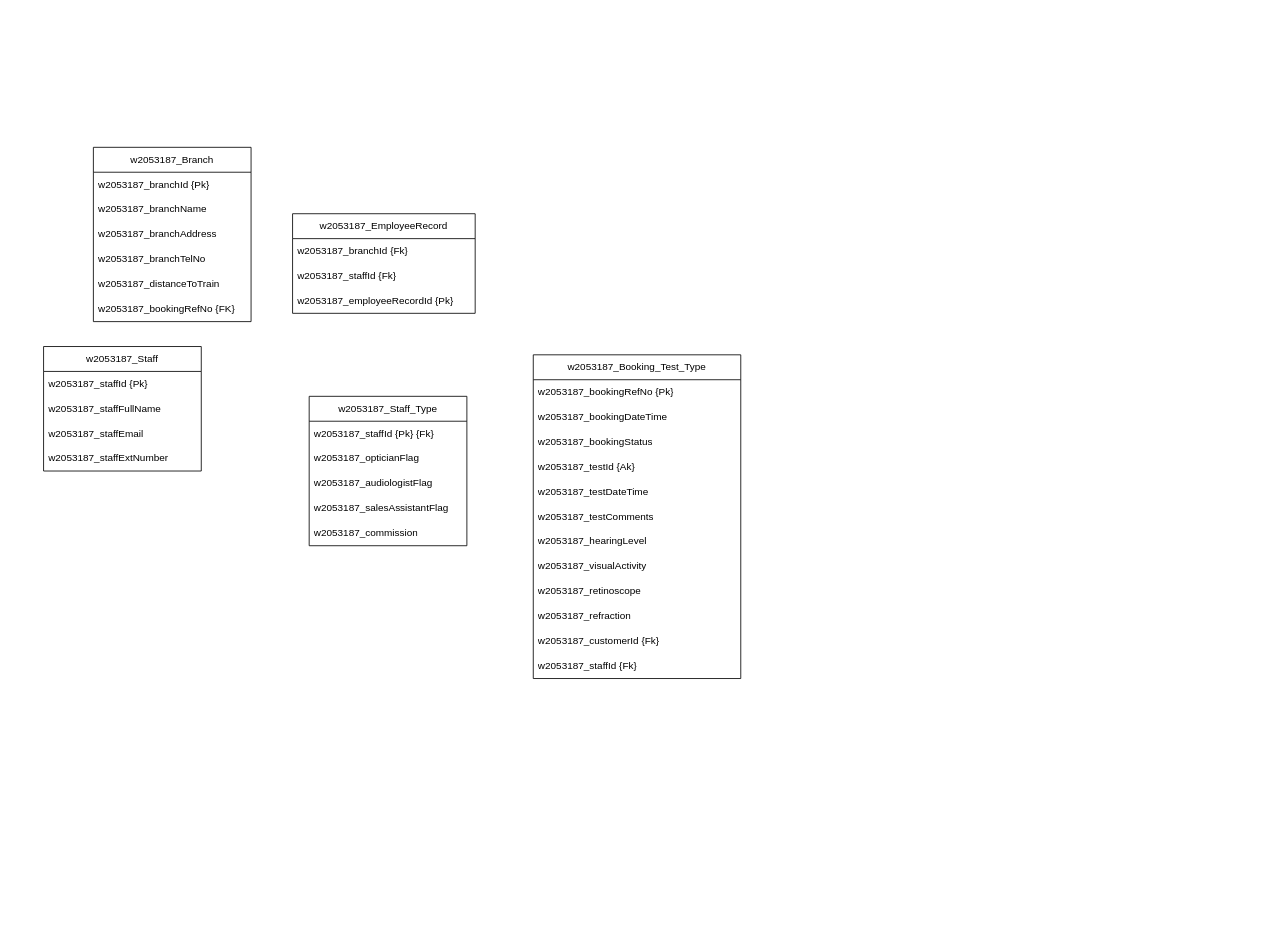
The draw.io diagram Part - II.drawio in ShenalSen/24_5COSC020_CWK, before the edit. Source tidied: cells renumbered, new cells numbered last; positions are measured from the earlier drawing's top-left corner, leaving out a move shared by most shapes. Both pictures are drawn from the tidied source at 83%, with x=0, y=0 at pixel (43, 147).
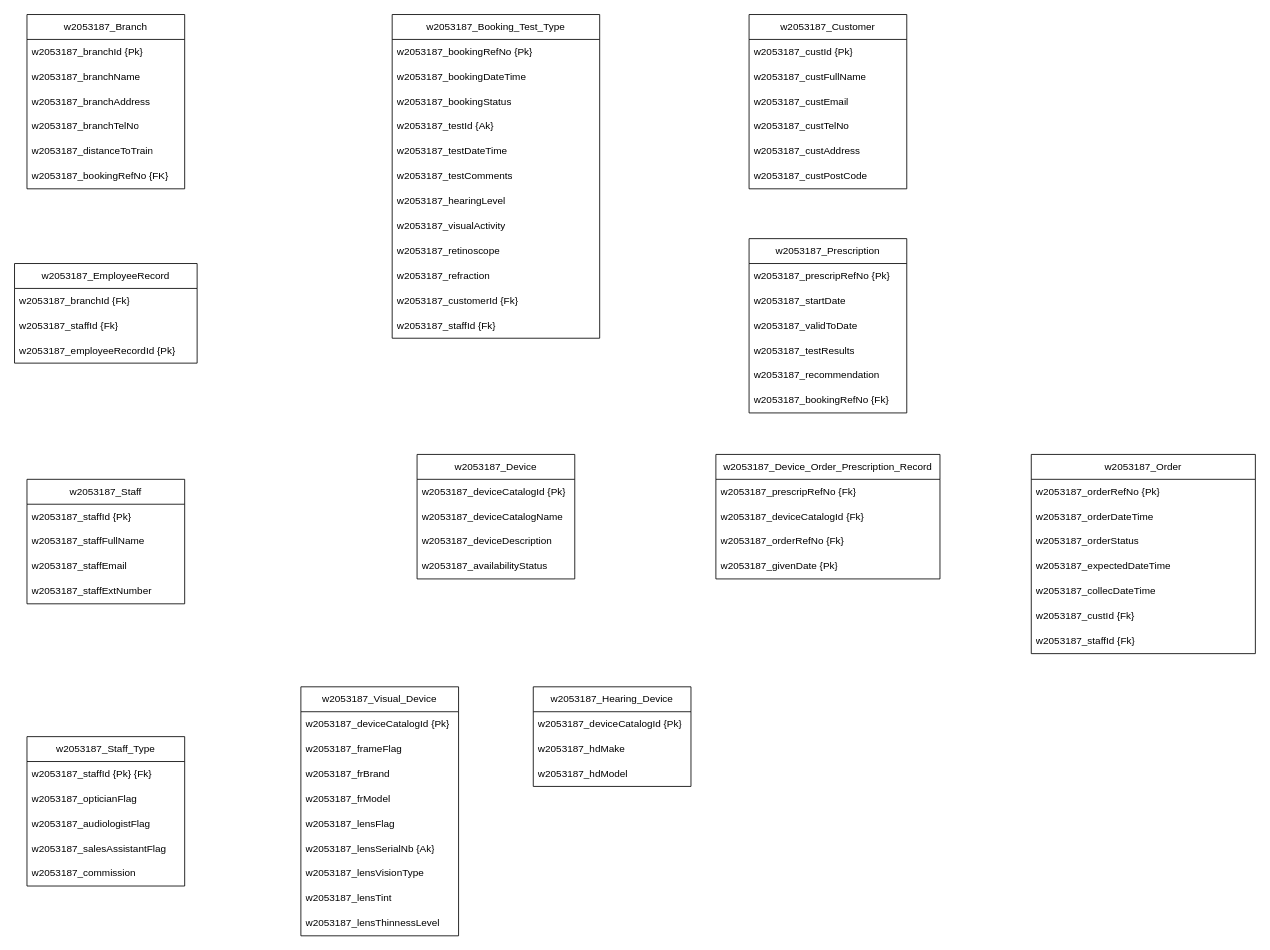
The same page after the edit.

The edit, as a diff of the source:
```diff
@@
     <mxCell id="2" value="w2053187_Branch" style="swimlane;fontStyle=0;horizontal=1;startSize=30;whiteSpace=wrap;html=1;" parent="1" vertex="1">
-      <mxGeometry x="60" width="190" height="210" as="geometry" />
+      <mxGeometry x="-20" y="-160" width="190" height="210" as="geometry" />
     </mxCell>
@@
     <mxCell id="9" value="w2053187_EmployeeRecord" style="swimlane;fontStyle=0;horizontal=1;startSize=30;whiteSpace=wrap;html=1;" parent="1" vertex="1">
-      <mxGeometry x="300" y="80" width="220" height="120" as="geometry" />
+      <mxGeometry x="-35" y="140" width="220" height="120" as="geometry" />
     </mxCell>
@@
     <mxCell id="13" value="w2053187_Staff" style="swimlane;fontStyle=0;horizontal=1;startSize=30;whiteSpace=wrap;html=1;" parent="1" vertex="1">
-      <mxGeometry y="240" width="190" height="150" as="geometry" />
+      <mxGeometry x="-20" y="400" width="190" height="150" as="geometry" />
     </mxCell>
@@
     <mxCell id="18" value="w2053187_Staff_Type" style="swimlane;fontStyle=0;horizontal=1;startSize=30;whiteSpace=wrap;html=1;" parent="1" vertex="1">
-      <mxGeometry x="320" y="300" width="190" height="180" as="geometry" />
+      <mxGeometry x="-20" y="710" width="190" height="180" as="geometry" />
     </mxCell>
@@
     <mxCell id="24" value="w2053187_Booking_Test_Type" style="swimlane;fontStyle=0;horizontal=1;startSize=30;whiteSpace=wrap;html=1;" parent="1" vertex="1">
-      <mxGeometry x="590" y="250" width="250" height="390" as="geometry" />
+      <mxGeometry x="420" y="-160" width="250" height="390" as="geometry" />
     </mxCell>
@@
+    <mxCell id="37" value="w2053187_Device" style="swimlane;fontStyle=0;horizontal=1;startSize=30;whiteSpace=wrap;html=1;" parent="1" vertex="1">
+      <mxGeometry x="450" y="370" width="190" height="150" as="geometry" />
+    </mxCell>
+    <mxCell id="38" value="w2053187_deviceCatalogId {Pk}" style="text;strokeColor=none;fillColor=none;align=left;verticalAlign=middle;spacingLeft=4;spacingRight=4;overflow=hidden;whiteSpace=wrap;html=1;" parent="37" vertex="1">
+      <mxGeometry y="30" width="190" height="30" as="geometry" />
+    </mxCell>
+    <mxCell id="39" value="w2053187_deviceCatalogName" style="text;strokeColor=none;fillColor=none;align=left;verticalAlign=middle;spacingLeft=4;spacingRight=4;overflow=hidden;whiteSpace=wrap;html=1;" parent="37" vertex="1">
+      <mxGeometry y="60" width="190" height="30" as="geometry" />
+    </mxCell>
+    <mxCell id="40" value="w2053187_deviceDescription" style="text;strokeColor=none;fillColor=none;align=left;verticalAlign=middle;spacingLeft=4;spacingRight=4;overflow=hidden;whiteSpace=wrap;html=1;" parent="37" vertex="1">
+      <mxGeometry y="90" width="190" height="30" as="geometry" />
+    </mxCell>
+    <mxCell id="41" value="w2053187_availabilityStatus" style="text;strokeColor=none;fillColor=none;align=left;verticalAlign=middle;spacingLeft=4;spacingRight=4;overflow=hidden;whiteSpace=wrap;html=1;" parent="37" vertex="1">
+      <mxGeometry y="120" width="190" height="30" as="geometry" />
+    </mxCell>
+    <mxCell id="42" value="w2053187_Visual_Device" style="swimlane;fontStyle=0;horizontal=1;startSize=30;whiteSpace=wrap;html=1;" parent="1" vertex="1">
+      <mxGeometry x="310" y="650" width="190" height="300" as="geometry" />
+    </mxCell>
+    <mxCell id="43" value="w2053187_deviceCatalogId {Pk}" style="text;strokeColor=none;fillColor=none;align=left;verticalAlign=middle;spacingLeft=4;spacingRight=4;overflow=hidden;whiteSpace=wrap;html=1;" parent="42" vertex="1">
+      <mxGeometry y="30" width="190" height="30" as="geometry" />
+    </mxCell>
+    <mxCell id="44" value="w2053187_frameFlag" style="text;strokeColor=none;fillColor=none;align=left;verticalAlign=middle;spacingLeft=4;spacingRight=4;overflow=hidden;whiteSpace=wrap;html=1;" parent="42" vertex="1">
+      <mxGeometry y="60" width="190" height="30" as="geometry" />
+    </mxCell>
+    <mxCell id="45" value="w2053187_frBrand" style="text;strokeColor=none;fillColor=none;align=left;verticalAlign=middle;spacingLeft=4;spacingRight=4;overflow=hidden;whiteSpace=wrap;html=1;" parent="42" vertex="1">
+      <mxGeometry y="90" width="190" height="30" as="geometry" />
+    </mxCell>
+    <mxCell id="46" value="w2053187_frModel" style="text;strokeColor=none;fillColor=none;align=left;verticalAlign=middle;spacingLeft=4;spacingRight=4;overflow=hidden;whiteSpace=wrap;html=1;" parent="42" vertex="1">
+      <mxGeometry y="120" width="190" height="30" as="geometry" />
+    </mxCell>
+    <mxCell id="47" value="w2053187_lensFlag" style="text;strokeColor=none;fillColor=none;align=left;verticalAlign=middle;spacingLeft=4;spacingRight=4;overflow=hidden;whiteSpace=wrap;html=1;" parent="42" vertex="1">
+      <mxGeometry y="150" width="190" height="30" as="geometry" />
+    </mxCell>
+    <mxCell id="48" value="w2053187_lensSerialNb {Ak}" style="text;strokeColor=none;fillColor=none;align=left;verticalAlign=middle;spacingLeft=4;spacingRight=4;overflow=hidden;whiteSpace=wrap;html=1;" parent="42" vertex="1">
+      <mxGeometry y="180" width="190" height="30" as="geometry" />
+    </mxCell>
+    <mxCell id="49" value="w2053187_lensVisionType" style="text;strokeColor=none;fillColor=none;align=left;verticalAlign=middle;spacingLeft=4;spacingRight=4;overflow=hidden;whiteSpace=wrap;html=1;" parent="42" vertex="1">
+      <mxGeometry y="210" width="190" height="30" as="geometry" />
+    </mxCell>
+    <mxCell id="50" value="w2053187_lensTint" style="text;strokeColor=none;fillColor=none;align=left;verticalAlign=middle;spacingLeft=4;spacingRight=4;overflow=hidden;whiteSpace=wrap;html=1;" parent="42" vertex="1">
+      <mxGeometry y="240" width="190" height="30" as="geometry" />
+    </mxCell>
+    <mxCell id="51" value="w2053187_lensThinnessLevel" style="text;strokeColor=none;fillColor=none;align=left;verticalAlign=middle;spacingLeft=4;spacingRight=4;overflow=hidden;whiteSpace=wrap;html=1;" parent="42" vertex="1">
+      <mxGeometry y="270" width="190" height="30" as="geometry" />
+    </mxCell>
+    <mxCell id="52" value="w2053187_Hearing_Device" style="swimlane;fontStyle=0;horizontal=1;startSize=30;whiteSpace=wrap;html=1;" parent="1" vertex="1">
+      <mxGeometry x="590" y="650" width="190" height="120" as="geometry" />
+    </mxCell>
+    <mxCell id="53" value="w2053187_deviceCatalogId {Pk}" style="text;strokeColor=none;fillColor=none;align=left;verticalAlign=middle;spacingLeft=4;spacingRight=4;overflow=hidden;whiteSpace=wrap;html=1;" parent="52" vertex="1">
+      <mxGeometry y="30" width="190" height="30" as="geometry" />
+    </mxCell>
+    <mxCell id="54" value="w2053187_hdMake" style="text;strokeColor=none;fillColor=none;align=left;verticalAlign=middle;spacingLeft=4;spacingRight=4;overflow=hidden;whiteSpace=wrap;html=1;" parent="52" vertex="1">
+      <mxGeometry y="60" width="190" height="30" as="geometry" />
+    </mxCell>
+    <mxCell id="55" value="w2053187_hdModel" style="text;strokeColor=none;fillColor=none;align=left;verticalAlign=middle;spacingLeft=4;spacingRight=4;overflow=hidden;whiteSpace=wrap;html=1;" parent="52" vertex="1">
+      <mxGeometry y="90" width="190" height="30" as="geometry" />
+    </mxCell>
+    <mxCell id="56" value="w2053187_Prescription" style="swimlane;fontStyle=0;horizontal=1;startSize=30;whiteSpace=wrap;html=1;" parent="1" vertex="1">
+      <mxGeometry x="850" y="110" width="190" height="210" as="geometry" />
+    </mxCell>
+    <mxCell id="57" value="w2053187_prescripRefNo {Pk}" style="text;strokeColor=none;fillColor=none;align=left;verticalAlign=middle;spacingLeft=4;spacingRight=4;overflow=hidden;whiteSpace=wrap;html=1;" parent="56" vertex="1">
+      <mxGeometry y="30" width="190" height="30" as="geometry" />
+    </mxCell>
+    <mxCell id="58" value="w2053187_startDate" style="text;strokeColor=none;fillColor=none;align=left;verticalAlign=middle;spacingLeft=4;spacingRight=4;overflow=hidden;whiteSpace=wrap;html=1;" parent="56" vertex="1">
+      <mxGeometry y="60" width="190" height="30" as="geometry" />
+    </mxCell>
+    <mxCell id="59" value="w2053187_validToDate" style="text;strokeColor=none;fillColor=none;align=left;verticalAlign=middle;spacingLeft=4;spacingRight=4;overflow=hidden;whiteSpace=wrap;html=1;" parent="56" vertex="1">
+      <mxGeometry y="90" width="190" height="30" as="geometry" />
+    </mxCell>
+    <mxCell id="60" value="w2053187_testResults" style="text;strokeColor=none;fillColor=none;align=left;verticalAlign=middle;spacingLeft=4;spacingRight=4;overflow=hidden;whiteSpace=wrap;html=1;" parent="56" vertex="1">
+      <mxGeometry y="120" width="190" height="30" as="geometry" />
+    </mxCell>
+    <mxCell id="61" value="w2053187_recommendation" style="text;strokeColor=none;fillColor=none;align=left;verticalAlign=middle;spacingLeft=4;spacingRight=4;overflow=hidden;whiteSpace=wrap;html=1;" parent="56" vertex="1">
+      <mxGeometry y="150" width="190" height="30" as="geometry" />
+    </mxCell>
+    <mxCell id="62" value="w2053187_bookingRefNo {Fk}" style="text;strokeColor=none;fillColor=none;align=left;verticalAlign=middle;spacingLeft=4;spacingRight=4;overflow=hidden;whiteSpace=wrap;html=1;" parent="56" vertex="1">
+      <mxGeometry y="180" width="190" height="30" as="geometry" />
+    </mxCell>
+    <mxCell id="63" value="w2053187_Device_Order_Prescription_Record" style="swimlane;fontStyle=0;horizontal=1;startSize=30;whiteSpace=wrap;html=1;" parent="1" vertex="1">
+      <mxGeometry x="810" y="370" width="270" height="150" as="geometry" />
+    </mxCell>
+    <mxCell id="64" value="w2053187_prescripRefNo {Fk}" style="text;strokeColor=none;fillColor=none;align=left;verticalAlign=middle;spacingLeft=4;spacingRight=4;overflow=hidden;whiteSpace=wrap;html=1;" parent="63" vertex="1">
+      <mxGeometry y="30" width="270" height="30" as="geometry" />
+    </mxCell>
+    <mxCell id="65" value="w2053187_deviceCatalogId {Fk}" style="text;strokeColor=none;fillColor=none;align=left;verticalAlign=middle;spacingLeft=4;spacingRight=4;overflow=hidden;whiteSpace=wrap;html=1;" parent="63" vertex="1">
+      <mxGeometry y="60" width="270" height="30" as="geometry" />
+    </mxCell>
+    <mxCell id="66" value="w2053187_orderRefNo {Fk}" style="text;strokeColor=none;fillColor=none;align=left;verticalAlign=middle;spacingLeft=4;spacingRight=4;overflow=hidden;whiteSpace=wrap;html=1;" parent="63" vertex="1">
+      <mxGeometry y="90" width="270" height="30" as="geometry" />
+    </mxCell>
+    <mxCell id="67" value="w2053187_givenDate {Pk}" style="text;strokeColor=none;fillColor=none;align=left;verticalAlign=middle;spacingLeft=4;spacingRight=4;overflow=hidden;whiteSpace=wrap;html=1;" parent="63" vertex="1">
+      <mxGeometry y="120" width="270" height="30" as="geometry" />
+    </mxCell>
+    <mxCell id="68" value="w2053187_Order" style="swimlane;fontStyle=0;horizontal=1;startSize=30;whiteSpace=wrap;html=1;" parent="1" vertex="1">
+      <mxGeometry x="1190" y="370" width="270" height="240" as="geometry" />
+    </mxCell>
+    <mxCell id="69" value="w2053187_orderRefNo {Pk}" style="text;strokeColor=none;fillColor=none;align=left;verticalAlign=middle;spacingLeft=4;spacingRight=4;overflow=hidden;whiteSpace=wrap;html=1;" parent="68" vertex="1">
+      <mxGeometry y="30" width="270" height="30" as="geometry" />
+    </mxCell>
+    <mxCell id="70" value="w2053187_orderDateTime" style="text;strokeColor=none;fillColor=none;align=left;verticalAlign=middle;spacingLeft=4;spacingRight=4;overflow=hidden;whiteSpace=wrap;html=1;" parent="68" vertex="1">
+      <mxGeometry y="60" width="270" height="30" as="geometry" />
+    </mxCell>
+    <mxCell id="71" value="w2053187_orderStatus" style="text;strokeColor=none;fillColor=none;align=left;verticalAlign=middle;spacingLeft=4;spacingRight=4;overflow=hidden;whiteSpace=wrap;html=1;" parent="68" vertex="1">
+      <mxGeometry y="90" width="270" height="30" as="geometry" />
+    </mxCell>
+    <mxCell id="72" value="w2053187_expectedDateTime" style="text;strokeColor=none;fillColor=none;align=left;verticalAlign=middle;spacingLeft=4;spacingRight=4;overflow=hidden;whiteSpace=wrap;html=1;" parent="68" vertex="1">
+      <mxGeometry y="120" width="270" height="30" as="geometry" />
+    </mxCell>
+    <mxCell id="73" value="w2053187_collecDateTime" style="text;strokeColor=none;fillColor=none;align=left;verticalAlign=middle;spacingLeft=4;spacingRight=4;overflow=hidden;whiteSpace=wrap;html=1;" parent="68" vertex="1">
+      <mxGeometry y="150" width="270" height="30" as="geometry" />
+    </mxCell>
+    <mxCell id="74" value="w2053187_custId {Fk}" style="text;strokeColor=none;fillColor=none;align=left;verticalAlign=middle;spacingLeft=4;spacingRight=4;overflow=hidden;whiteSpace=wrap;html=1;" parent="68" vertex="1">
+      <mxGeometry y="180" width="270" height="30" as="geometry" />
+    </mxCell>
+    <mxCell id="75" value="w2053187_staffId {Fk}" style="text;strokeColor=none;fillColor=none;align=left;verticalAlign=middle;spacingLeft=4;spacingRight=4;overflow=hidden;whiteSpace=wrap;html=1;" parent="68" vertex="1">
+      <mxGeometry y="210" width="270" height="30" as="geometry" />
+    </mxCell>
+    <mxCell id="76" value="w2053187_Customer" style="swimlane;fontStyle=0;horizontal=1;startSize=30;whiteSpace=wrap;html=1;" parent="1" vertex="1">
+      <mxGeometry x="850" y="-160" width="190" height="210" as="geometry" />
+    </mxCell>
+    <mxCell id="77" value="w2053187_custId {Pk}" style="text;strokeColor=none;fillColor=none;align=left;verticalAlign=middle;spacingLeft=4;spacingRight=4;overflow=hidden;whiteSpace=wrap;html=1;" parent="76" vertex="1">
+      <mxGeometry y="30" width="190" height="30" as="geometry" />
+    </mxCell>
+    <mxCell id="78" value="w2053187_custFullName" style="text;strokeColor=none;fillColor=none;align=left;verticalAlign=middle;spacingLeft=4;spacingRight=4;overflow=hidden;whiteSpace=wrap;html=1;" parent="76" vertex="1">
+      <mxGeometry y="60" width="190" height="30" as="geometry" />
+    </mxCell>
+    <mxCell id="79" value="w2053187_custEmail" style="text;strokeColor=none;fillColor=none;align=left;verticalAlign=middle;spacingLeft=4;spacingRight=4;overflow=hidden;whiteSpace=wrap;html=1;" parent="76" vertex="1">
+      <mxGeometry y="90" width="190" height="30" as="geometry" />
+    </mxCell>
+    <mxCell id="80" value="w2053187_custTelNo" style="text;strokeColor=none;fillColor=none;align=left;verticalAlign=middle;spacingLeft=4;spacingRight=4;overflow=hidden;whiteSpace=wrap;html=1;" parent="76" vertex="1">
+      <mxGeometry y="120" width="190" height="30" as="geometry" />
+    </mxCell>
+    <mxCell id="81" value="w2053187_custAddress" style="text;strokeColor=none;fillColor=none;align=left;verticalAlign=middle;spacingLeft=4;spacingRight=4;overflow=hidden;whiteSpace=wrap;html=1;" parent="76" vertex="1">
+      <mxGeometry y="150" width="190" height="30" as="geometry" />
+    </mxCell>
+    <mxCell id="82" value="w2053187_custPostCode" style="text;strokeColor=none;fillColor=none;align=left;verticalAlign=middle;spacingLeft=4;spacingRight=4;overflow=hidden;whiteSpace=wrap;html=1;" parent="76" vertex="1">
+      <mxGeometry y="180" width="190" height="30" as="geometry" />
+    </mxCell>
```
